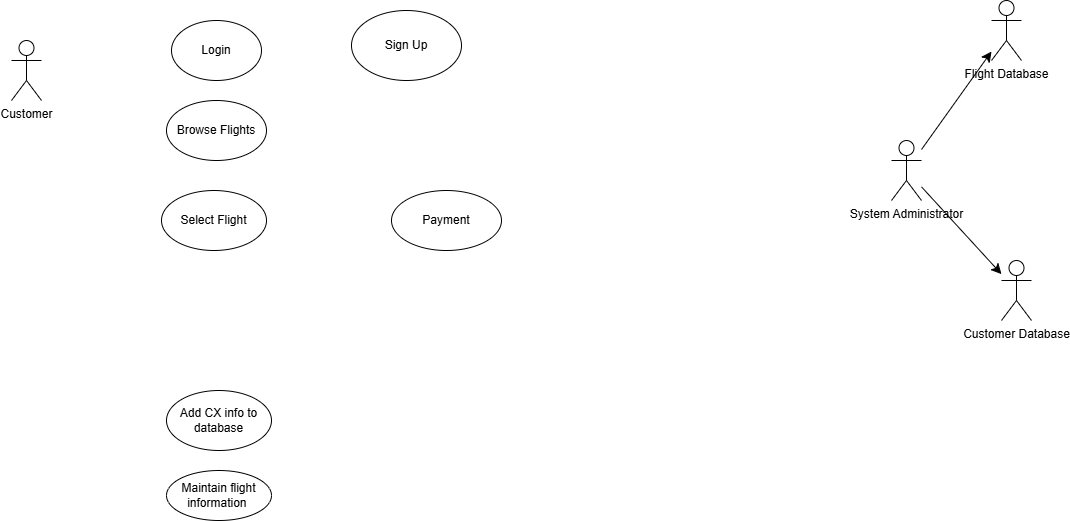
This is SystemUseCaseDiagram.drawio.png from aditi-j25/ENSF_480_Term_project, a draw.io export, as it was before one commit. Source tidied: cells renumbered, new cells last; positions are measured from the earlier drawing's top-left corner, leaving out a move shared by most shapes.
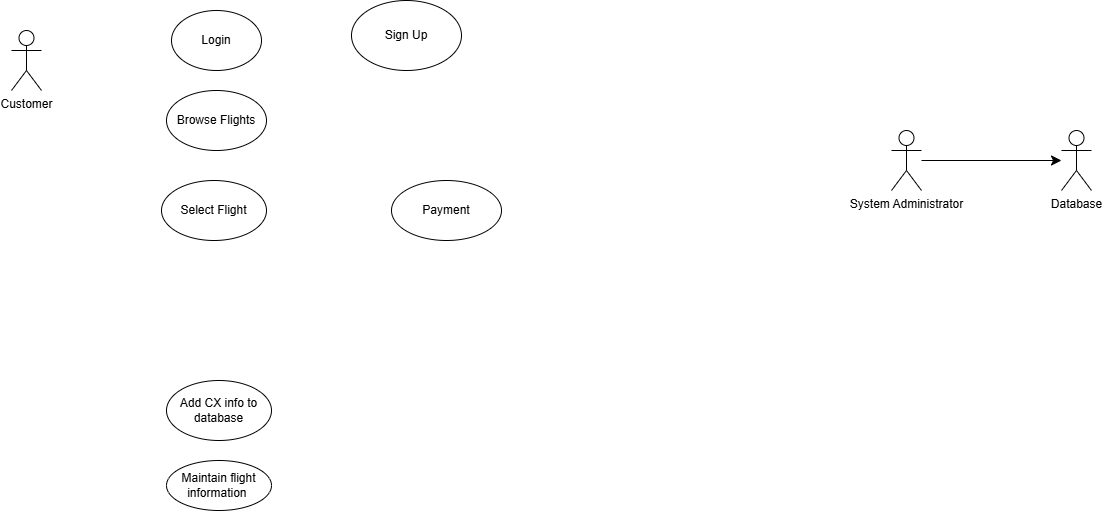
Above is the later version.

Diff of the diagram source:
```diff
@@ -5,18 +5,12 @@
     <mxCell id="2" value="Customer" style="shape=umlActor;verticalLabelPosition=bottom;verticalAlign=top;html=1;" parent="1" vertex="1">
       <mxGeometry y="40" width="30" height="60" as="geometry" />
     </mxCell>
-    <mxCell id="3" value="Customer Database" style="shape=umlActor;verticalLabelPosition=bottom;verticalAlign=top;html=1;outlineConnect=0;" parent="1" vertex="1">
-      <mxGeometry x="990" y="260" width="30" height="60" as="geometry" />
-    </mxCell>
-    <mxCell id="4" value="Flight Database" style="shape=umlActor;verticalLabelPosition=bottom;verticalAlign=top;html=1;outlineConnect=0;" parent="1" vertex="1">
-      <mxGeometry x="980" width="30" height="60" as="geometry" />
+    <mxCell id="4" value="Database" style="shape=umlActor;verticalLabelPosition=bottom;verticalAlign=top;html=1;outlineConnect=0;" parent="1" vertex="1">
+      <mxGeometry x="1050" y="140" width="30" height="60" as="geometry" />
     </mxCell>
     <mxCell id="5" value="Login" style="ellipse;whiteSpace=wrap;html=1;" parent="1" vertex="1">
       <mxGeometry x="160" y="20" width="90" height="60" as="geometry" />
     </mxCell>
-    <mxCell id="6" style="edgeStyle=none;curved=1;rounded=0;jettySize=auto;html=1;fontSize=12;startSize=8;endSize=8;" parent="1" edge="1" source="7" target="3">
-      <mxGeometry relative="1" as="geometry" />
-    </mxCell>
     <mxCell id="7" value="System Administrator" style="shape=umlActor;verticalLabelPosition=bottom;verticalAlign=top;html=1;outlineConnect=0;" parent="1" vertex="1">
       <mxGeometry x="880" y="140" width="30" height="60" as="geometry" />
     </mxCell>
```
